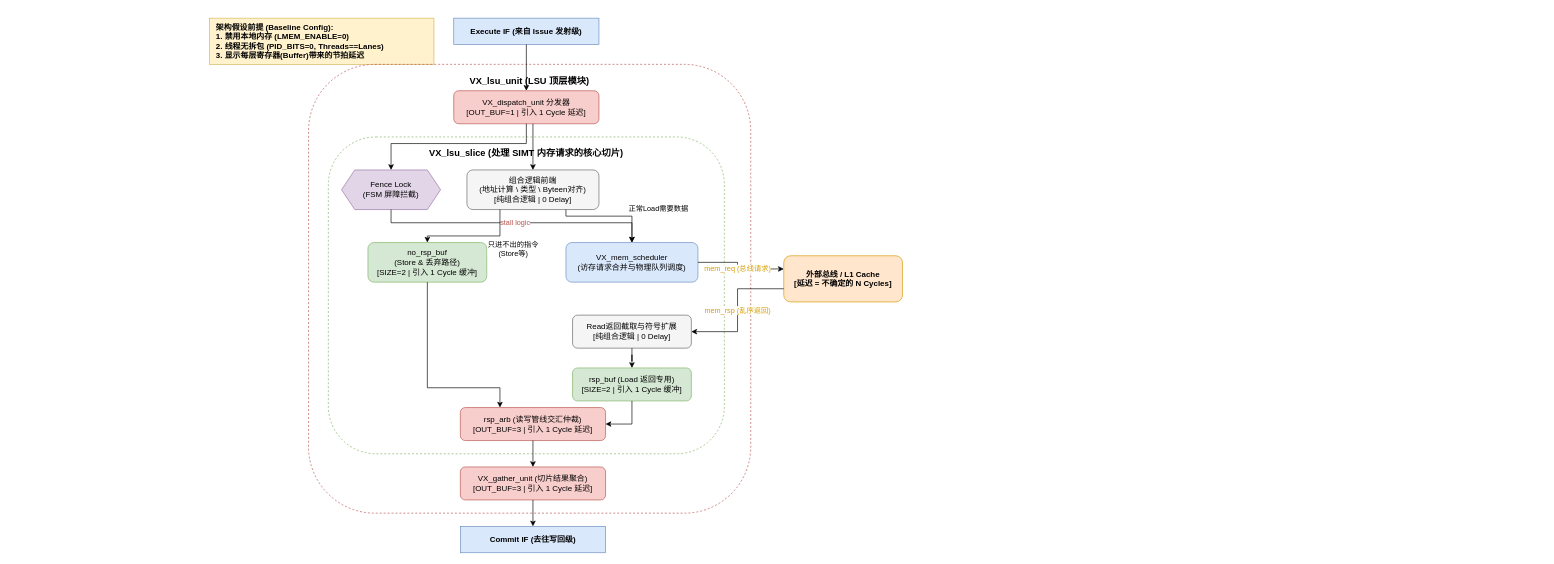
Above: 笔记/VX_lsu_microarch_v2_simplified.drawio in LY0727/vortex-2.2 (draw.io), before the change. Source tidied: cells renumbered, new cells numbered last; positions are measured from the earlier drawing's top-left corner, leaving out a move shared by most shapes. Both pictures are drawn from the tidied source at 66%, with x=0, y=0 at pixel (209, 18).
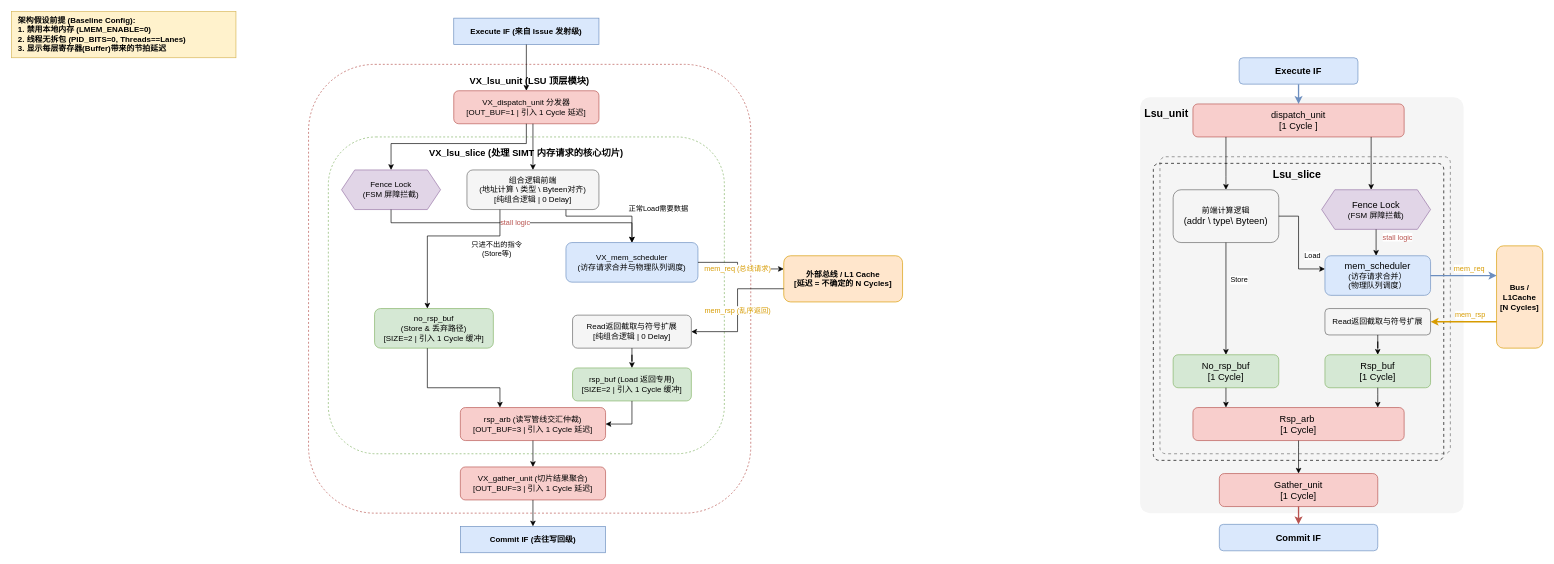
The same page after the edit.

Change to the diagram source:
```diff
@@
+    <mxCell id="30" style="rounded=1;whiteSpace=wrap;html=1;dashed=1;fillColor=#f5f5f5;strokeColor=none;verticalAlign=top;fontStyle=1;fontSize=14;spacingTop=10;arcSize=3;strokeWidth=2;fontColor=#333333;" parent="1" vertex="1">
+      <mxGeometry x="1410" y="120" width="490" height="630" as="geometry" />
+    </mxCell>
+    <mxCell id="31" style="rounded=1;whiteSpace=wrap;html=1;dashed=1;fillColor=none;strokeColor=#999999;verticalAlign=top;fontStyle=1;fontSize=14;spacingTop=10;arcSize=2;strokeWidth=1.5;" parent="1" vertex="1">
+      <mxGeometry x="1440" y="210" width="440" height="450" as="geometry" />
+    </mxCell>
     <mxCell id="2" value="架构假设前提 (Baseline Config):&#10;1. 禁用本地内存 (LMEM_ENABLE=0)&#10;2. 线程无拆包 (PID_BITS=0, Threads==Lanes)&#10;3. 显示每层寄存器(Buffer)带来的节拍延迟" style="text;html=1;strokeColor=#d6b656;fillColor=#fff2cc;align=left;verticalAlign=middle;spacing=10;fontStyle=1;fontSize=12;" parent="1" vertex="1">
-      <mxGeometry width="340" height="70" as="geometry" />
+      <mxGeometry x="-300" y="-10" width="340" height="70" as="geometry" />
     </mxCell>
@@
     <mxCell id="10" value="no_rsp_buf&#10;(Store &amp; 丢弃路径)&#10;[SIZE=2 | 引入 1 Cycle 缓冲]" style="rounded=1;whiteSpace=wrap;html=1;fillColor=#d5e8d4;strokeColor=#82b366;" parent="1" vertex="1">
-      <mxGeometry x="240" y="340" width="180" height="60" as="geometry" />
+      <mxGeometry x="250" y="440" width="180" height="60" as="geometry" />
     </mxCell>
@@
+    <mxCell id="32" style="rounded=1;whiteSpace=wrap;html=1;dashed=1;fillColor=none;strokeColor=#4D4D4D;verticalAlign=top;fontStyle=1;fontSize=14;spacingTop=10;arcSize=2;strokeWidth=1.5;" parent="1" vertex="1">
+      <mxGeometry x="1430" y="220" width="440" height="450" as="geometry" />
+    </mxCell>
+    <mxCell id="33" value="Bus / L1Cache&lt;br&gt;[N Cycles]" style="rounded=1;whiteSpace=wrap;html=1;fillColor=#ffe6cc;strokeColor=#d79b00;fontStyle=1;" parent="1" vertex="1">
+      <mxGeometry x="1950" y="345" width="70" height="155" as="geometry" />
+    </mxCell>
+    <mxCell id="34" value="&lt;font style=&quot;font-size: 14px;&quot;&gt;Execute IF&lt;/font&gt;" style="rounded=1;whiteSpace=wrap;html=1;fillColor=#dae8fc;strokeColor=#6c8ebf;fontStyle=1;" parent="1" vertex="1">
+      <mxGeometry x="1560" y="60" width="180" height="40" as="geometry" />
+    </mxCell>
+    <mxCell id="35" value="&lt;font style=&quot;font-size: 14px;&quot;&gt;dispatch_unit&lt;br&gt;[1 Cycle ]&lt;/font&gt;" style="rounded=1;whiteSpace=wrap;html=1;fillColor=#f8cecc;strokeColor=#b85450;" parent="1" vertex="1">
+      <mxGeometry x="1490" y="130" width="320" height="50" as="geometry" />
+    </mxCell>
+    <mxCell id="36" value="&lt;font style=&quot;&quot;&gt;&lt;font&gt;前端计算逻辑&lt;/font&gt;&lt;br&gt;&lt;span style=&quot;font-size: 14px;&quot;&gt;(addr \ type\ Byteen)&lt;/span&gt;&lt;/font&gt;" style="rounded=1;whiteSpace=wrap;html=1;fillColor=#f5f5f5;strokeColor=#666666;" parent="1" vertex="1">
+      <mxGeometry x="1460" y="260" width="160" height="80" as="geometry" />
+    </mxCell>
+    <mxCell id="37" value="&lt;font style=&quot;font-size: 14px;&quot;&gt;Fence Lock&lt;/font&gt;&lt;br&gt;(FSM 屏障拦截)" style="shape=hexagon;perimeter=hexagonPerimeter2;whiteSpace=wrap;html=1;fixedSize=1;fillColor=#e1d5e7;strokeColor=#9673a6;" parent="1" vertex="1">
+      <mxGeometry x="1685" y="260" width="165" height="60" as="geometry" />
+    </mxCell>
+    <mxCell id="38" value="&lt;font style=&quot;font-size: 14px;&quot;&gt;No_rsp_buf&lt;br&gt;[1 Cycle]&lt;/font&gt;" style="rounded=1;whiteSpace=wrap;html=1;fillColor=#d5e8d4;strokeColor=#82b366;" parent="1" vertex="1">
+      <mxGeometry x="1460" y="510" width="160" height="50" as="geometry" />
+    </mxCell>
+    <mxCell id="39" value="&lt;font style=&quot;font-size: 14px;&quot;&gt;mem_scheduler&lt;/font&gt;&lt;br&gt;(访存请求合并）&lt;br style=&quot;color: rgb(63, 63, 63); scrollbar-color: rgb(226, 226, 226) rgb(251, 251, 251);&quot;&gt;&lt;span style=&quot;color: rgb(0, 0, 0);&quot;&gt;(物理队列调度）&lt;/span&gt;" style="rounded=1;whiteSpace=wrap;html=1;fillColor=#dae8fc;strokeColor=#6c8ebf;" parent="1" vertex="1">
+      <mxGeometry x="1690" y="360" width="160" height="60" as="geometry" />
+    </mxCell>
+    <mxCell id="40" value="Read返回截取与符号扩展" style="rounded=1;whiteSpace=wrap;html=1;fillColor=#f5f5f5;strokeColor=#666666;" parent="1" vertex="1">
+      <mxGeometry x="1690" y="440" width="160" height="40" as="geometry" />
+    </mxCell>
+    <mxCell id="41" value="&lt;font style=&quot;font-size: 14px; color: rgb(0, 0, 0);&quot;&gt;Rsp_buf&lt;/font&gt;&lt;div&gt;&lt;font style=&quot;font-size: 14px; color: rgb(0, 0, 0);&quot;&gt;[1 Cycle]&lt;/font&gt;&lt;/div&gt;" style="rounded=1;whiteSpace=wrap;html=1;fillColor=#d5e8d4;strokeColor=#82b366;" parent="1" vertex="1">
+      <mxGeometry x="1690" y="510" width="160" height="50" as="geometry" />
+    </mxCell>
+    <mxCell id="42" value="&lt;font style=&quot;font-size: 14px;&quot;&gt;Rsp_arb&amp;nbsp;&lt;br&gt;[1 Cycle]&lt;/font&gt;" style="rounded=1;whiteSpace=wrap;html=1;fillColor=#f8cecc;strokeColor=#b85450;" parent="1" vertex="1">
+      <mxGeometry x="1490" y="590" width="320" height="50" as="geometry" />
+    </mxCell>
+    <mxCell id="43" value="&lt;font style=&quot;font-size: 14px;&quot;&gt;Gather_unit&lt;br&gt;[1 Cycle]&lt;/font&gt;" style="rounded=1;whiteSpace=wrap;html=1;fillColor=#f8cecc;strokeColor=#b85450;" parent="1" vertex="1">
+      <mxGeometry x="1530" y="690" width="240" height="50" as="geometry" />
+    </mxCell>
+    <mxCell id="44" value="&lt;font style=&quot;font-size: 14px;&quot;&gt;Commit IF&lt;/font&gt;" style="rounded=1;whiteSpace=wrap;html=1;fillColor=#dae8fc;strokeColor=#6c8ebf;fontStyle=1;" parent="1" vertex="1">
+      <mxGeometry x="1530" y="767" width="240" height="40" as="geometry" />
+    </mxCell>
+    <mxCell id="45" style="edgeStyle=orthogonalEdgeStyle;rounded=1;jettySize=auto;html=1;strokeWidth=2;strokeColor=#6C8EBF;curved=0;" parent="1" edge="1" source="34" target="35">
+      <mxGeometry relative="1" as="geometry" />
+    </mxCell>
+    <mxCell id="46" style="edgeStyle=orthogonalEdgeStyle;rounded=0;jettySize=auto;html=1;" parent="1" edge="1" source="35" target="36">
+      <mxGeometry relative="1" as="geometry">
+        <Array as="points">
+          <mxPoint x="1540" y="240" />
+          <mxPoint x="1540" y="240" />
+        </Array>
+      </mxGeometry>
+    </mxCell>
+    <mxCell id="47" style="edgeStyle=orthogonalEdgeStyle;rounded=0;jettySize=auto;html=1;" parent="1" edge="1" source="35" target="37">
+      <mxGeometry relative="1" as="geometry">
+        <Array as="points">
+          <mxPoint x="1760" y="200" />
+          <mxPoint x="1760" y="200" />
+        </Array>
+      </mxGeometry>
+    </mxCell>
+    <mxCell id="48" value="&lt;span&gt;stall logic&lt;/span&gt;" style="edgeStyle=orthogonalEdgeStyle;rounded=0;jettySize=auto;html=1;fontColor=#b85450;" parent="1" edge="1" source="37" target="39">
+      <mxGeometry x="-0.4" y="32" relative="1" as="geometry">
+        <Array as="points">
+          <mxPoint x="1760" y="320" />
+          <mxPoint x="1760" y="320" />
+        </Array>
+      </mxGeometry>
+    </mxCell>
+    <mxCell id="49" value="Store" style="edgeStyle=orthogonalEdgeStyle;rounded=0;jettySize=auto;html=1;" parent="1" edge="1" source="36" target="38">
+      <mxGeometry x="-0.33" y="20" relative="1" as="geometry">
+        <Array as="points">
+          <mxPoint x="1530" y="340" />
+          <mxPoint x="1530" y="340" />
+        </Array>
+      </mxGeometry>
+    </mxCell>
+    <mxCell id="50" value="Load" style="edgeStyle=orthogonalEdgeStyle;rounded=0;jettySize=auto;html=1;" parent="1" edge="1" source="36" target="39">
+      <mxGeometry x="0.73" y="20" relative="1" as="geometry">
+        <Array as="points">
+          <mxPoint x="1650" y="300" />
+          <mxPoint x="1650" y="380" />
+        </Array>
+        <mxPoint x="1" as="offset" />
+      </mxGeometry>
+    </mxCell>
+    <mxCell id="51" value="&lt;span&gt;mem_req&amp;nbsp;&lt;/span&gt;" style="edgeStyle=orthogonalEdgeStyle;rounded=0;jettySize=auto;html=1;fontColor=#d79b00;strokeWidth=2;strokeColor=#6C8EBF;" parent="1" edge="1" target="33">
+      <mxGeometry x="0.2" y="10" relative="1" as="geometry">
+        <mxPoint x="1850" y="390" as="sourcePoint" />
+        <Array as="points">
+          <mxPoint x="1950" y="390" />
+          <mxPoint x="1950" y="390" />
+        </Array>
+      </mxGeometry>
+    </mxCell>
+    <mxCell id="52" value="&lt;span&gt;mem_rsp&lt;/span&gt;" style="edgeStyle=orthogonalEdgeStyle;rounded=1;jettySize=auto;html=1;fontColor=#d79b00;strokeWidth=2;curved=0;strokeColor=#D79B00;" parent="1" edge="1" source="33" target="40">
+      <mxGeometry x="-0.2" y="-10" relative="1" as="geometry">
+        <Array as="points">
+          <mxPoint x="1900" y="460" />
+          <mxPoint x="1900" y="460" />
+        </Array>
+      </mxGeometry>
+    </mxCell>
+    <mxCell id="53" style="edgeStyle=orthogonalEdgeStyle;rounded=0;jettySize=auto;html=1;" parent="1" edge="1" source="40" target="41">
+      <mxGeometry relative="1" as="geometry" />
+    </mxCell>
+    <mxCell id="54" style="edgeStyle=orthogonalEdgeStyle;rounded=0;jettySize=auto;html=1;" parent="1" edge="1" source="38" target="42">
+      <mxGeometry relative="1" as="geometry">
+        <Array as="points">
+          <mxPoint x="1530" y="600" />
+          <mxPoint x="1530" y="600" />
+        </Array>
+      </mxGeometry>
+    </mxCell>
+    <mxCell id="55" style="edgeStyle=orthogonalEdgeStyle;rounded=0;jettySize=auto;html=1;" parent="1" edge="1" source="41" target="42">
+      <mxGeometry relative="1" as="geometry">
+        <Array as="points">
+          <mxPoint x="1770" y="570" />
+          <mxPoint x="1770" y="570" />
+        </Array>
+      </mxGeometry>
+    </mxCell>
+    <mxCell id="56" style="edgeStyle=orthogonalEdgeStyle;rounded=0;jettySize=auto;html=1;" parent="1" edge="1" source="42" target="43">
+      <mxGeometry relative="1" as="geometry">
+        <Array as="points">
+          <mxPoint x="1650" y="650" />
+          <mxPoint x="1650" y="650" />
+        </Array>
+      </mxGeometry>
+    </mxCell>
+    <mxCell id="57" style="edgeStyle=orthogonalEdgeStyle;rounded=0;jettySize=auto;html=1;strokeWidth=2;strokeColor=#B85450;" parent="1" edge="1" source="43" target="44">
+      <mxGeometry relative="1" as="geometry" />
+    </mxCell>
+    <mxCell id="58" value="&lt;span style=&quot;color: rgb(0, 0, 0); font-weight: 700;&quot;&gt;&lt;font style=&quot;font-size: 16px;&quot;&gt;Lsu_unit&lt;/font&gt;&lt;/span&gt;" style="text;html=1;align=center;verticalAlign=middle;whiteSpace=wrap;rounded=0;" parent="1" vertex="1">
+      <mxGeometry x="1410" y="130" width="80" height="30" as="geometry" />
+    </mxCell>
+    <mxCell id="59" value="&lt;span style=&quot;color: rgb(0, 0, 0); font-family: Helvetica; font-style: normal; font-variant-ligatures: normal; font-variant-caps: normal; font-weight: 700; letter-spacing: normal; orphans: 2; text-indent: 0px; text-transform: none; widows: 2; word-spacing: 0px; -webkit-text-stroke-width: 0px; white-space: normal; text-decoration-thickness: initial; text-decoration-style: initial; text-decoration-color: initial; float: none; display: inline !important;&quot;&gt;&lt;font style=&quot;font-size: 16px;&quot;&gt;Lsu_slice&amp;nbsp;&lt;/font&gt;&lt;/span&gt;" style="text;whiteSpace=wrap;html=1;fillColor=none;strokeColor=none;align=center;rounded=1;fontColor=#333333;" parent="1" vertex="1">
+      <mxGeometry x="1615" y="220" width="70" height="30" as="geometry" />
+    </mxCell>
```
